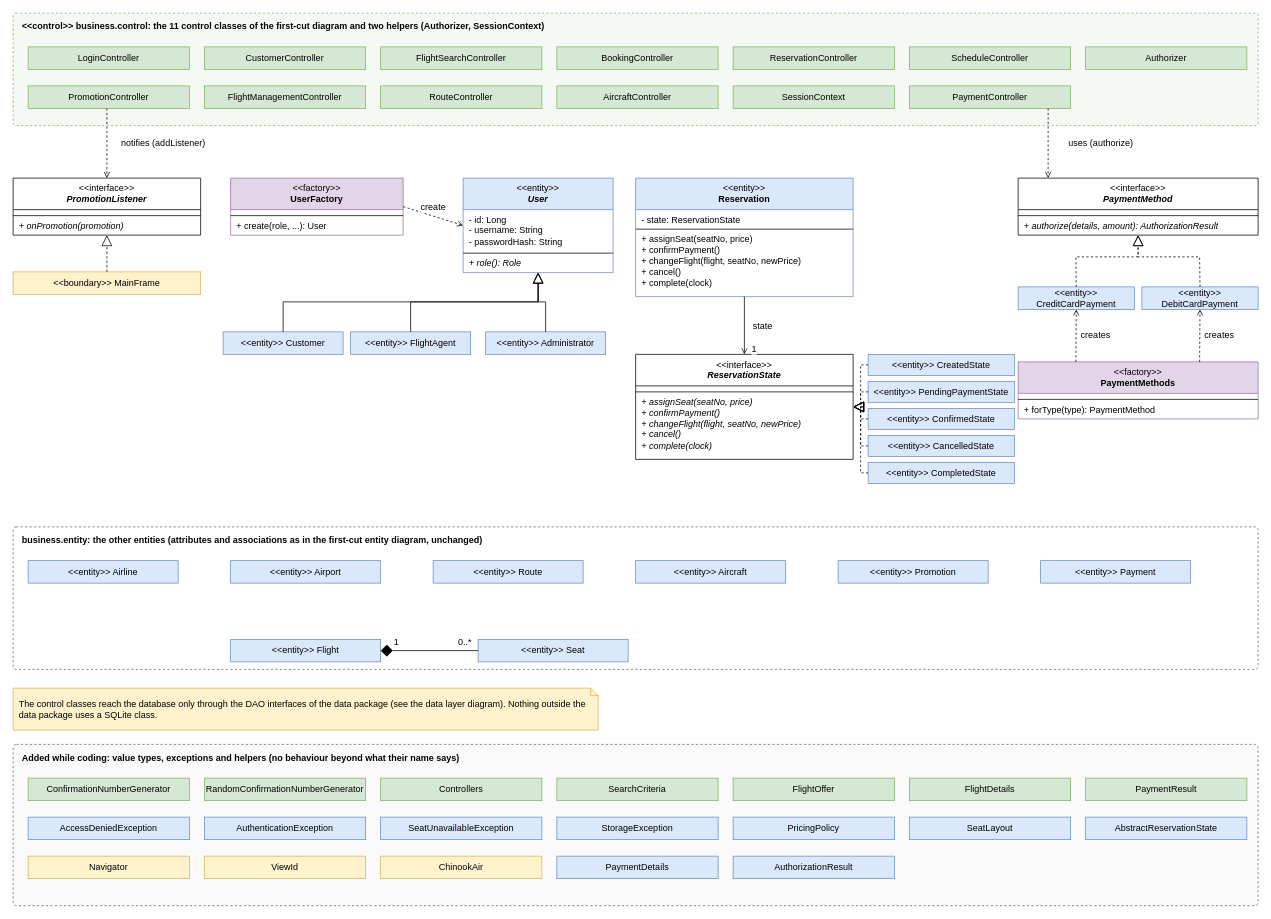
This is docs/diagrams/src/12-class-refined.drawio from satyambhanot/ChinookAir, a draw.io file, before an edit. Source tidied: cells renumbered, new cells numbered last; positions are measured from the earlier drawing's top-left corner, leaving out a move shared by most shapes. Both pictures are drawn from the tidied source at 75%, with x=0, y=0 at pixel (13, 13).
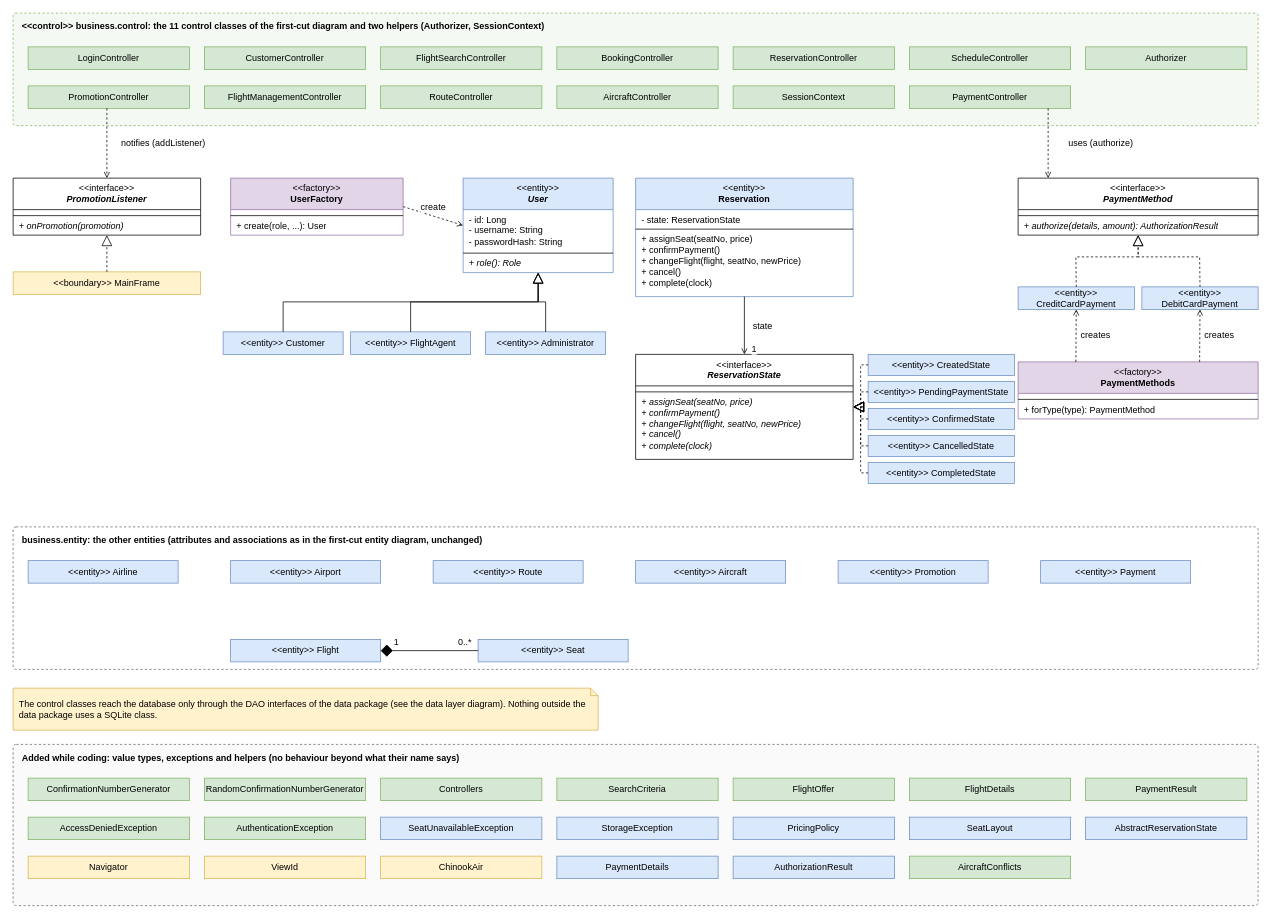
The same diagram, later.

Diff of the diagram source:
```diff
@@
-    <mxCell id="94" value="AccessDeniedException" style="rounded=0;whiteSpace=wrap;html=1;fillColor=#dae8fc;strokeColor=#6c8ebf;fontFamily=Helvetica;fontSize=12;" parent="1" vertex="1">
+    <mxCell id="94" value="AccessDeniedException" style="rounded=0;whiteSpace=wrap;html=1;fillColor=#d5e8d4;strokeColor=#82b366;fontFamily=Helvetica;fontSize=12;" parent="1" vertex="1">
       <mxGeometry x="20" y="1072" width="215" height="30" as="geometry" />
     </mxCell>
-    <mxCell id="95" value="AuthenticationException" style="rounded=0;whiteSpace=wrap;html=1;fillColor=#dae8fc;strokeColor=#6c8ebf;fontFamily=Helvetica;fontSize=12;" parent="1" vertex="1">
+    <mxCell id="95" value="AuthenticationException" style="rounded=0;whiteSpace=wrap;html=1;fillColor=#d5e8d4;strokeColor=#82b366;fontFamily=Helvetica;fontSize=12;" parent="1" vertex="1">
       <mxGeometry x="255" y="1072" width="215" height="30" as="geometry" />
     </mxCell>
@@
+    <mxCell id="106" value="AircraftConflicts" style="rounded=0;whiteSpace=wrap;html=1;fillColor=#d5e8d4;strokeColor=#82b366;fontFamily=Helvetica;fontSize=12;" parent="1" vertex="1">
+      <mxGeometry x="1195" y="1124" width="215" height="30" as="geometry" />
+    </mxCell>
```
